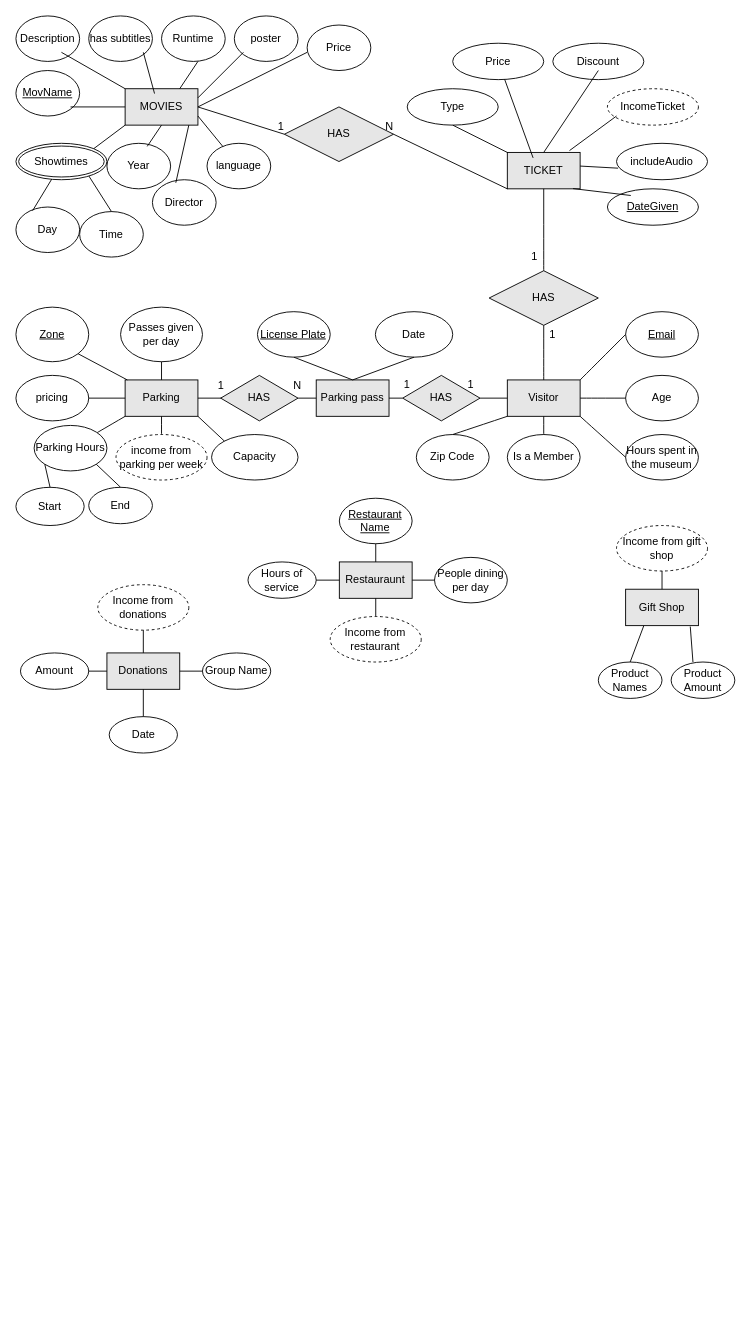
parzival-3x/MuseumDBProject keeps this draw.io diagram as Untitled Diagram.drawio. Above is the earlier version. Source tidied: cells renumbered, new cells numbered last; positions are measured from the earlier drawing's top-left corner, leaving out a move shared by most shapes. Both pictures are drawn from the tidied source at 91%, with x=0, y=0 at pixel (15, 15).
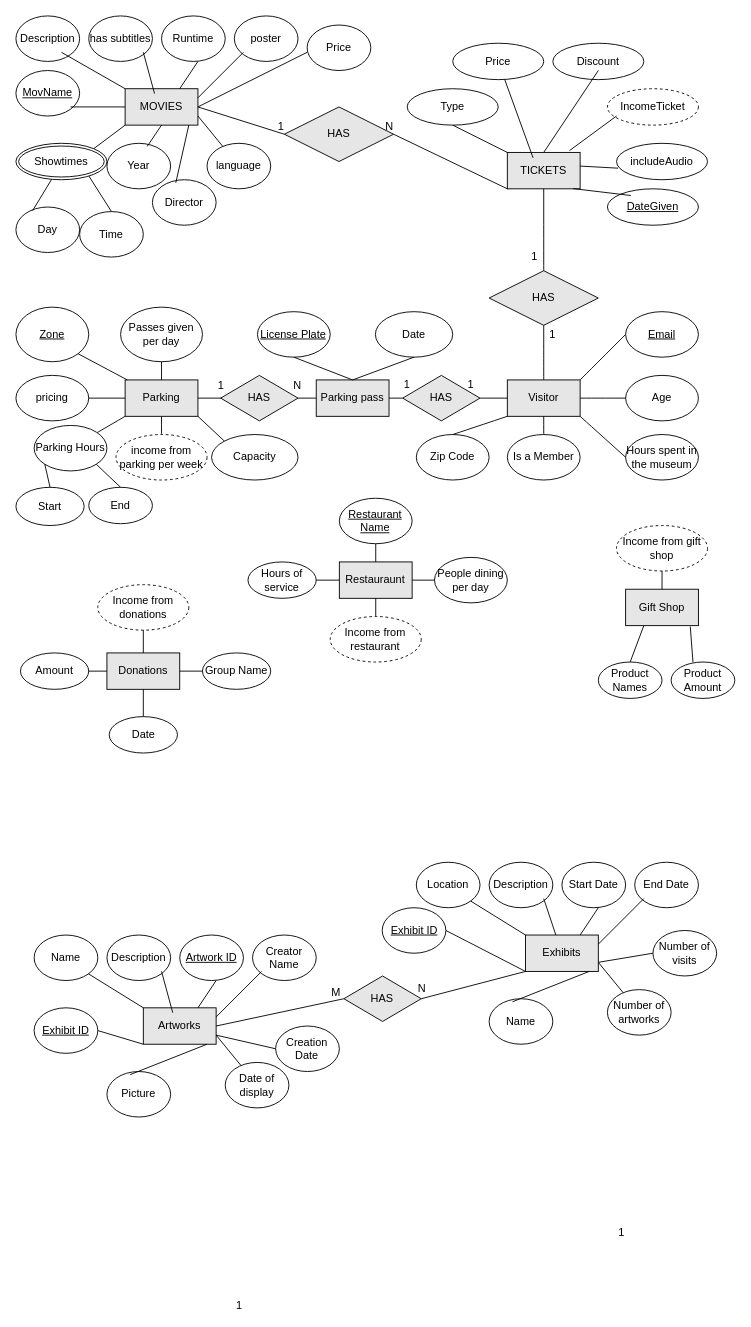
After the change.

Diff of the diagram source:
```diff
@@
-    <mxCell id="26" value="&lt;span style=&quot;&quot;&gt;TICKET&lt;/span&gt;" style="rounded=0;whiteSpace=wrap;html=1;labelBackgroundColor=none;fillColor=#E6E6E6;strokeColor=default;align=center;fontColor=default;" parent="1" vertex="1">
+    <mxCell id="26" value="&lt;div&gt;TICKETS&lt;/div&gt;" style="rounded=0;whiteSpace=wrap;html=1;labelBackgroundColor=none;fillColor=#E6E6E6;strokeColor=default;align=center;fontColor=default;" parent="1" vertex="1">
       <mxGeometry x="540" y="150" width="80" height="40" as="geometry" />
     </mxCell>
@@
+    <mxCell id="118" value="&lt;div&gt;Exhibits&lt;/div&gt;" style="rounded=0;whiteSpace=wrap;html=1;labelBackgroundColor=none;fillColor=#E6E6E6;strokeColor=default;align=center;fontColor=default;" parent="1" vertex="1">
+      <mxGeometry x="560" y="1010" width="80" height="40" as="geometry" />
+    </mxCell>
+    <mxCell id="119" value="Name" style="ellipse;whiteSpace=wrap;html=1;labelBackgroundColor=none;strokeColor=default;fontColor=default;fillColor=#FFFFFF;" parent="1" vertex="1">
+      <mxGeometry x="520" y="1080" width="70" height="50" as="geometry" />
+    </mxCell>
+    <mxCell id="120" value="Location" style="ellipse;whiteSpace=wrap;html=1;labelBackgroundColor=none;strokeColor=default;fontColor=default;fillColor=#FFFFFF;" parent="1" vertex="1">
+      <mxGeometry x="440" y="930" width="70" height="50" as="geometry" />
+    </mxCell>
+    <mxCell id="121" value="Start Date" style="ellipse;whiteSpace=wrap;html=1;labelBackgroundColor=none;strokeColor=default;fontColor=default;fillColor=#FFFFFF;" parent="1" vertex="1">
+      <mxGeometry x="600" y="930" width="70" height="50" as="geometry" />
+    </mxCell>
+    <mxCell id="122" value="Number of artworks" style="ellipse;whiteSpace=wrap;html=1;labelBackgroundColor=none;strokeColor=default;fontColor=default;fillColor=#FFFFFF;" parent="1" vertex="1">
+      <mxGeometry x="650" y="1070" width="70" height="50" as="geometry" />
+    </mxCell>
+    <mxCell id="123" value="&lt;div&gt;Description&lt;/div&gt;" style="ellipse;whiteSpace=wrap;html=1;labelBackgroundColor=none;strokeColor=default;fontColor=default;fillColor=#FFFFFF;" parent="1" vertex="1">
+      <mxGeometry x="520" y="930" width="70" height="50" as="geometry" />
+    </mxCell>
+    <mxCell id="124" value="&lt;div&gt;End Date&lt;/div&gt;" style="ellipse;whiteSpace=wrap;html=1;labelBackgroundColor=none;strokeColor=default;fontColor=default;fillColor=#FFFFFF;" parent="1" vertex="1">
+      <mxGeometry x="680" y="930" width="70" height="50" as="geometry" />
+    </mxCell>
+    <mxCell id="125" style="endArrow=none;html=1;rounded=0;fontColor=default;exitX=0;exitY=0;exitDx=0;exitDy=0;entryX=1;entryY=1;entryDx=0;entryDy=0;" parent="1" edge="1" source="118" target="120">
+      <mxGeometry relative="1" as="geometry" />
+    </mxCell>
+    <mxCell id="126" style="endArrow=none;html=1;rounded=0;fontColor=default;" parent="1" edge="1" source="118">
+      <mxGeometry relative="1" as="geometry">
+        <mxPoint x="580" y="970" as="targetPoint" />
+      </mxGeometry>
+    </mxCell>
+    <mxCell id="127" style="endArrow=none;html=1;rounded=0;fontColor=default;exitX=0.75;exitY=0;exitDx=0;exitDy=0;" parent="1" edge="1" source="118">
+      <mxGeometry relative="1" as="geometry">
+        <mxPoint x="640" y="980" as="targetPoint" />
+      </mxGeometry>
+    </mxCell>
+    <mxCell id="128" style="endArrow=none;html=1;rounded=0;fontColor=default;" parent="1" edge="1">
+      <mxGeometry relative="1" as="geometry">
+        <mxPoint x="640" y="1020" as="sourcePoint" />
+        <mxPoint x="690" y="970" as="targetPoint" />
+      </mxGeometry>
+    </mxCell>
+    <mxCell id="129" style="endArrow=none;html=1;rounded=0;fontColor=default;entryX=0;entryY=1;entryDx=0;entryDy=0;exitX=1;exitY=0.5;exitDx=0;exitDy=0;" parent="1" edge="1" source="133" target="118">
+      <mxGeometry relative="1" as="geometry" />
+    </mxCell>
+    <mxCell id="130" style="endArrow=none;html=1;rounded=0;fontColor=default;exitX=0.367;exitY=0.067;exitDx=0;exitDy=0;exitPerimeter=0;" parent="1" edge="1" source="119">
+      <mxGeometry relative="1" as="geometry">
+        <mxPoint x="630" y="1050" as="targetPoint" />
+      </mxGeometry>
+    </mxCell>
+    <mxCell id="131" style="endArrow=none;html=1;rounded=0;fontColor=default;" parent="1" edge="1" source="122">
+      <mxGeometry relative="1" as="geometry">
+        <mxPoint x="640" y="1040" as="targetPoint" />
+      </mxGeometry>
+    </mxCell>
+    <mxCell id="132" value="1" style="html=1;align=right;verticalAlign=bottom;labelBackgroundColor=none;strokeColor=default;fontColor=default;fillColor=#E6E6E6;" parent="1" vertex="1">
+      <mxGeometry x="745.4" y="1070.1" as="geometry">
+        <mxPoint x="-76" y="275" as="offset" />
+      </mxGeometry>
+    </mxCell>
+    <mxCell id="133" value="&lt;u&gt;Exhibit ID&lt;/u&gt;" style="ellipse;whiteSpace=wrap;html=1;labelBackgroundColor=none;strokeColor=default;fontColor=default;fillColor=#FFFFFF;" parent="1" vertex="1">
+      <mxGeometry x="402.5" y="980" width="70" height="50" as="geometry" />
+    </mxCell>
+    <mxCell id="134" value="&lt;div&gt;Number of visits&lt;/div&gt;" style="ellipse;whiteSpace=wrap;html=1;labelBackgroundColor=none;strokeColor=default;fontColor=default;fillColor=#FFFFFF;" parent="1" vertex="1">
+      <mxGeometry x="700" y="1005" width="70" height="50" as="geometry" />
+    </mxCell>
+    <mxCell id="135" style="endArrow=none;html=1;rounded=0;entryX=0;entryY=0.5;entryDx=0;entryDy=0;" parent="1" edge="1" target="134">
+      <mxGeometry relative="1" as="geometry">
+        <mxPoint x="640" y="1040" as="sourcePoint" />
+      </mxGeometry>
+    </mxCell>
+    <mxCell id="136" value="Artworks" style="rounded=0;whiteSpace=wrap;html=1;labelBackgroundColor=none;fillColor=#E6E6E6;strokeColor=default;align=center;fontColor=default;" parent="1" vertex="1">
+      <mxGeometry x="140" y="1090" width="80" height="40" as="geometry" />
+    </mxCell>
+    <mxCell id="137" value="Picture" style="ellipse;whiteSpace=wrap;html=1;labelBackgroundColor=none;strokeColor=default;fontColor=default;fillColor=#FFFFFF;" parent="1" vertex="1">
+      <mxGeometry x="100" y="1160" width="70" height="50" as="geometry" />
+    </mxCell>
+    <mxCell id="138" value="Name" style="ellipse;whiteSpace=wrap;html=1;labelBackgroundColor=none;strokeColor=default;fontColor=default;fillColor=#FFFFFF;" parent="1" vertex="1">
+      <mxGeometry x="20" y="1010" width="70" height="50" as="geometry" />
+    </mxCell>
+    <mxCell id="139" value="&lt;div&gt;&lt;u&gt;Artwork ID&lt;/u&gt;&lt;/div&gt;" style="ellipse;whiteSpace=wrap;html=1;labelBackgroundColor=none;strokeColor=default;fontColor=default;fillColor=#FFFFFF;" parent="1" vertex="1">
+      <mxGeometry x="180" y="1010" width="70" height="50" as="geometry" />
+    </mxCell>
+    <mxCell id="140" value="Date of display" style="ellipse;whiteSpace=wrap;html=1;labelBackgroundColor=none;strokeColor=default;fontColor=default;fillColor=#FFFFFF;" parent="1" vertex="1">
+      <mxGeometry x="230" y="1150" width="70" height="50" as="geometry" />
+    </mxCell>
+    <mxCell id="141" value="&lt;div&gt;Description&lt;/div&gt;" style="ellipse;whiteSpace=wrap;html=1;labelBackgroundColor=none;strokeColor=default;fontColor=default;fillColor=#FFFFFF;" parent="1" vertex="1">
+      <mxGeometry x="100" y="1010" width="70" height="50" as="geometry" />
+    </mxCell>
+    <mxCell id="142" value="&lt;div&gt;Creator Name&lt;/div&gt;" style="ellipse;whiteSpace=wrap;html=1;labelBackgroundColor=none;strokeColor=default;fontColor=default;fillColor=#FFFFFF;" parent="1" vertex="1">
+      <mxGeometry x="260" y="1010" width="70" height="50" as="geometry" />
+    </mxCell>
+    <mxCell id="143" style="endArrow=none;html=1;rounded=0;fontColor=default;exitX=0;exitY=0;exitDx=0;exitDy=0;entryX=1;entryY=1;entryDx=0;entryDy=0;" parent="1" edge="1" source="136" target="138">
+      <mxGeometry relative="1" as="geometry" />
+    </mxCell>
+    <mxCell id="144" style="endArrow=none;html=1;rounded=0;fontColor=default;exitX=0.404;exitY=0.133;exitDx=0;exitDy=0;exitPerimeter=0;" parent="1" edge="1" source="136">
+      <mxGeometry relative="1" as="geometry">
+        <mxPoint x="160" y="1050" as="targetPoint" />
+      </mxGeometry>
+    </mxCell>
+    <mxCell id="145" style="endArrow=none;html=1;rounded=0;fontColor=default;exitX=0.75;exitY=0;exitDx=0;exitDy=0;" parent="1" edge="1" source="136">
+      <mxGeometry relative="1" as="geometry">
+        <mxPoint x="220" y="1060" as="targetPoint" />
+      </mxGeometry>
+    </mxCell>
+    <mxCell id="146" style="endArrow=none;html=1;rounded=0;fontColor=default;" parent="1" edge="1">
+      <mxGeometry relative="1" as="geometry">
+        <mxPoint x="220" y="1100" as="sourcePoint" />
+        <mxPoint x="270" y="1050" as="targetPoint" />
+      </mxGeometry>
+    </mxCell>
+    <mxCell id="147" style="endArrow=none;html=1;rounded=0;fontColor=default;entryX=0;entryY=1;entryDx=0;entryDy=0;exitX=1;exitY=0.5;exitDx=0;exitDy=0;" parent="1" edge="1" source="151" target="136">
+      <mxGeometry relative="1" as="geometry" />
+    </mxCell>
+    <mxCell id="148" style="endArrow=none;html=1;rounded=0;fontColor=default;exitX=0.367;exitY=0.067;exitDx=0;exitDy=0;exitPerimeter=0;" parent="1" edge="1" source="137">
+      <mxGeometry relative="1" as="geometry">
+        <mxPoint x="210" y="1130" as="targetPoint" />
+      </mxGeometry>
+    </mxCell>
+    <mxCell id="149" style="endArrow=none;html=1;rounded=0;fontColor=default;" parent="1" edge="1" source="140">
+      <mxGeometry relative="1" as="geometry">
+        <mxPoint x="220" y="1120" as="targetPoint" />
+      </mxGeometry>
+    </mxCell>
+    <mxCell id="150" value="1" style="html=1;align=right;verticalAlign=bottom;labelBackgroundColor=none;strokeColor=default;fontColor=default;fillColor=#E6E6E6;" parent="1" vertex="1">
+      <mxGeometry x="325.4" y="1150.1" as="geometry">
+        <mxPoint x="-76" y="275" as="offset" />
+      </mxGeometry>
+    </mxCell>
+    <mxCell id="151" value="&lt;u&gt;Exhibit ID&lt;/u&gt;" style="ellipse;whiteSpace=wrap;html=1;labelBackgroundColor=none;strokeColor=default;fontColor=default;fillColor=#FFFFFF;" parent="1" vertex="1">
+      <mxGeometry x="20" y="1090" width="70" height="50" as="geometry" />
+    </mxCell>
+    <mxCell id="152" value="Creation Date" style="ellipse;whiteSpace=wrap;html=1;labelBackgroundColor=none;strokeColor=default;fontColor=default;fillColor=#FFFFFF;" parent="1" vertex="1">
+      <mxGeometry x="285.4" y="1110" width="70" height="50" as="geometry" />
+    </mxCell>
+    <mxCell id="153" style="endArrow=none;html=1;rounded=0;entryX=0;entryY=0.5;entryDx=0;entryDy=0;" parent="1" edge="1" target="152">
+      <mxGeometry relative="1" as="geometry">
+        <mxPoint x="220" y="1120" as="sourcePoint" />
+      </mxGeometry>
+    </mxCell>
+    <mxCell id="154" value="HAS" style="shape=rhombus;perimeter=rhombusPerimeter;whiteSpace=wrap;html=1;align=center;labelBackgroundColor=none;strokeColor=default;fontColor=default;fillColor=#E6E6E6;" parent="1" vertex="1">
+      <mxGeometry x="360.4" y="1055" width="85" height="50" as="geometry" />
+    </mxCell>
+    <mxCell id="155" style="endArrow=none;html=1;rounded=0;entryX=0;entryY=0.5;entryDx=0;entryDy=0;" parent="1" edge="1" target="154">
+      <mxGeometry relative="1" as="geometry">
+        <mxPoint x="220" y="1110" as="sourcePoint" />
+      </mxGeometry>
+    </mxCell>
+    <mxCell id="156" style="endArrow=none;html=1;rounded=0;entryX=0;entryY=1;entryDx=0;entryDy=0;" parent="1" edge="1" target="118">
+      <mxGeometry relative="1" as="geometry">
+        <mxPoint x="445.4" y="1080" as="sourcePoint" />
+      </mxGeometry>
+    </mxCell>
+    <mxCell id="157" value="N" style="text;whiteSpace=wrap;html=1;" parent="1" vertex="1">
+      <mxGeometry x="440" y="1055" width="40" height="40" as="geometry" />
+    </mxCell>
+    <mxCell id="158" value="M" style="text;whiteSpace=wrap;html=1;" parent="1" vertex="1">
+      <mxGeometry x="345.4" y="1060" width="40" height="40" as="geometry" />
+    </mxCell>
```
